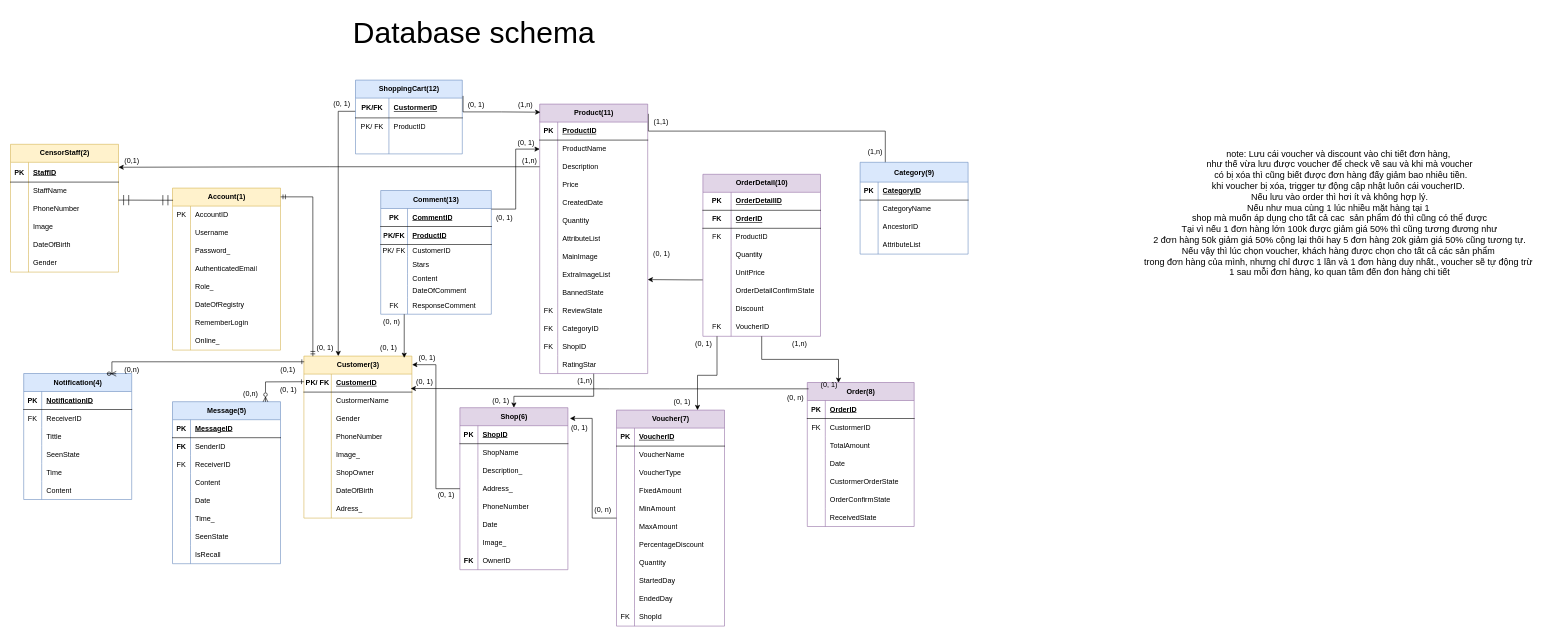
The draw.io diagram page "database" (4 of 9) of Designed Diagram/diagram.drawio in lovecrushfamily/LovE-Commerce-v0.0.2, before the edit. Source tidied: cells renumbered, new cells numbered last; positions are measured from the earlier drawing's top-left corner, leaving out a move shared by most shapes. Both pictures are drawn from the tidied source at 60%, with x=0, y=0 at pixel (10, 10).
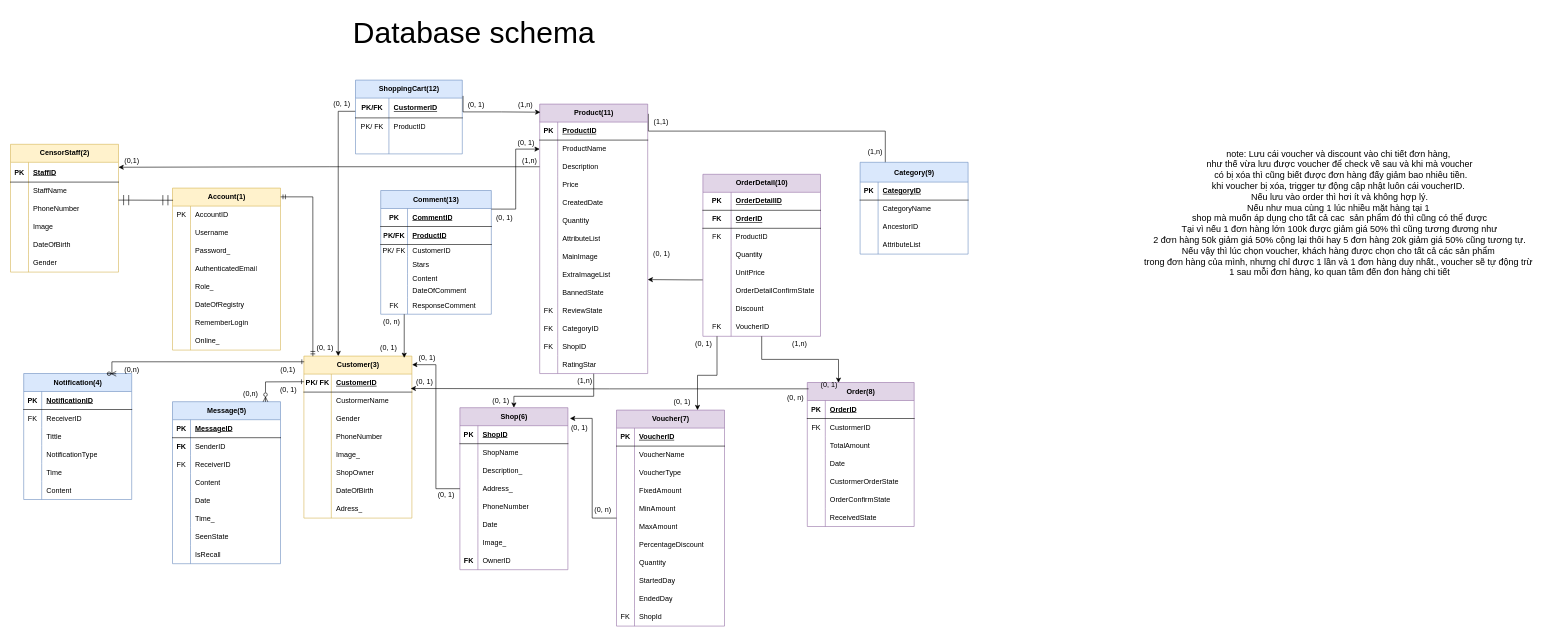
The same diagram, later.

Unchanged cells that the change refers to:
```xml
<mxCell id="315" style="shape=tableRow;horizontal=0;startSize=0;swimlaneHead=0;swimlaneBody=0;fillColor=none;top=0;left=0;right=0;bottom=0;" parent="305" vertex="1">
  <mxGeometry y="120" width="180" height="30" as="geometry" />
</mxCell>
```

What changed in the source:
```diff
@@
-    <mxCell id="317" value="SeenState" style="shape=partialRectangle;fillColor=none;top=0;left=0;bottom=0;right=0;align=left;spacingLeft=6;overflow=hidden;whiteSpace=wrap;html=1;" parent="315" vertex="1">
+    <mxCell id="317" value="NotificationType" style="shape=partialRectangle;fillColor=none;top=0;left=0;bottom=0;right=0;align=left;spacingLeft=6;overflow=hidden;whiteSpace=wrap;html=1;" parent="315" vertex="1">
       <mxGeometry x="30" width="150" height="30" as="geometry" />
     </mxCell>
```
